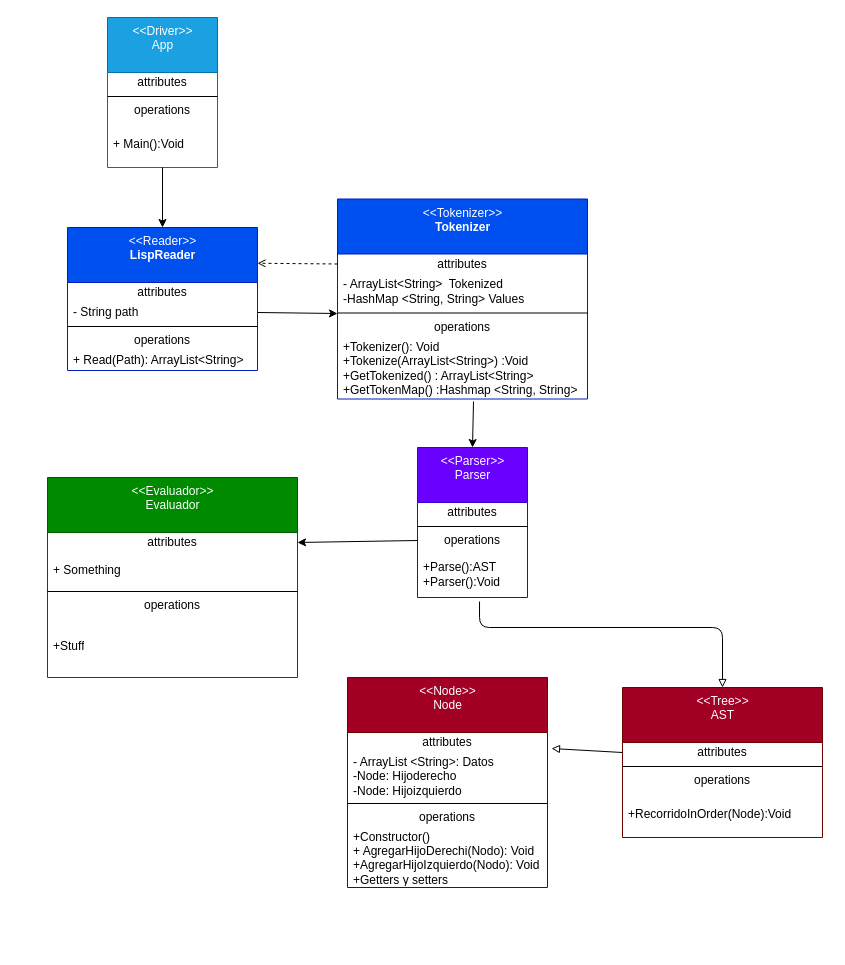
JavierBenitez112/Proyecto-1- keeps this draw.io diagram as LispInterprete/Uml.drawio. Above is the earlier version. Source tidied: cells renumbered, new cells numbered last; positions are measured from the earlier drawing's top-left corner, leaving out a move shared by most shapes. Both pictures are drawn from the tidied source at 100%, with x=0, y=0 at pixel (47, 17).
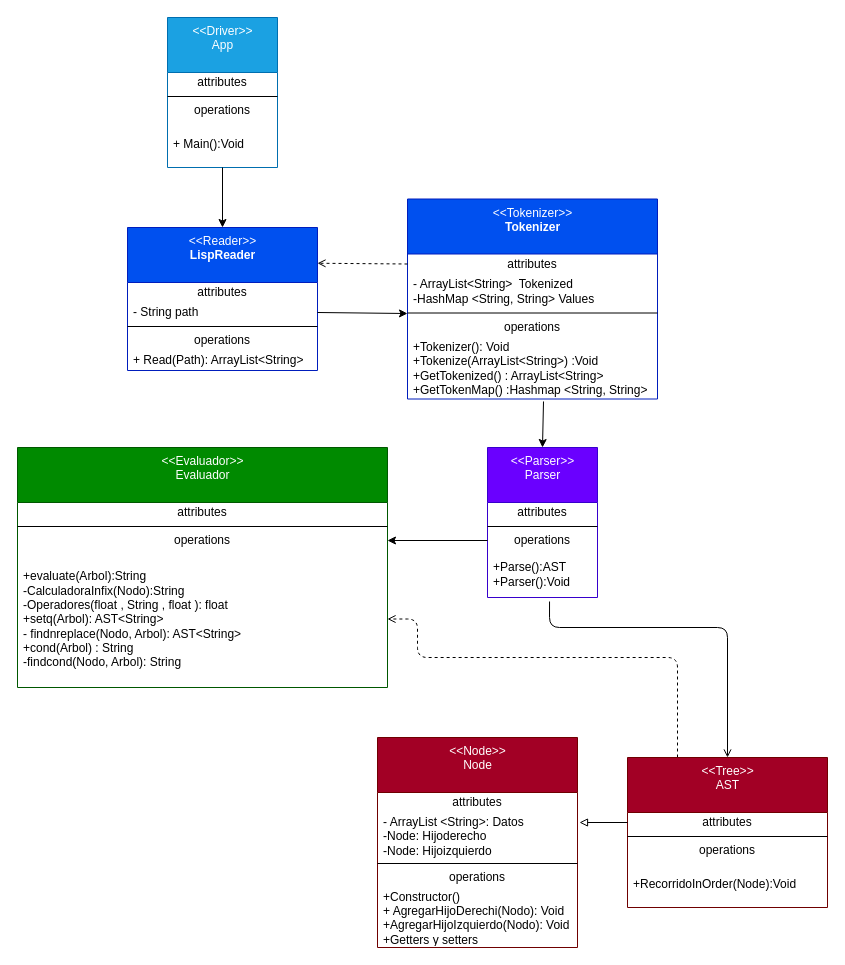
The same diagram, later.

The change refers to these unchanged cells:
```xml
<mxCell id="17" value="operations" style="text;html=1;strokeColor=none;fillColor=none;align=center;verticalAlign=middle;spacingLeft=4;spacingRight=4;overflow=hidden;points=[[0,0.5],[1,0.5]];portConstraint=eastwest;" parent="14" vertex="1">
  <mxGeometry y="83" width="110" height="20" as="geometry" />
</mxCell>
<mxCell id="18" value="+Parse():AST&lt;br&gt;+Parser():Void" style="text;html=1;strokeColor=none;fillColor=none;align=left;verticalAlign=middle;spacingLeft=4;spacingRight=4;overflow=hidden;points=[[0,0.5],[1,0.5]];portConstraint=eastwest;" parent="14" vertex="1">
  <mxGeometry y="103" width="110" height="47" as="geometry" />
</mxCell>
<mxCell id="20" value="attributes" style="text;html=1;strokeColor=none;fillColor=none;align=center;verticalAlign=middle;spacingLeft=4;spacingRight=4;overflow=hidden;points=[[0,0.5],[1,0.5]];portConstraint=eastwest;" parent="19" vertex="1">
  <mxGeometry y="55" width="200" height="20" as="geometry" />
</mxCell>
<mxCell id="26" value="- ArrayList &amp;lt;String&amp;gt;: Datos&lt;br&gt;-Node: Hijoderecho&lt;br&gt;-Node: Hijoizquierdo" style="text;html=1;strokeColor=none;fillColor=none;align=left;verticalAlign=middle;spacingLeft=4;spacingRight=4;overflow=hidden;points=[[0,0.5],[1,0.5]];portConstraint=eastwest;" parent="24" vertex="1">
  <mxGeometry y="75" width="200" height="47" as="geometry" />
</mxCell>
```

Change to the diagram source:
```diff
@@
     <mxCell id="2" value="&amp;lt;&amp;lt;Reader&amp;gt;&amp;gt;&lt;br&gt;&lt;b&gt;LispReader&lt;/b&gt;" style="swimlane;fontStyle=0;align=center;verticalAlign=top;horizontal=1;startSize=55;html=1;fillColor=#0050ef;fontColor=#ffffff;strokeColor=#001DBC;" parent="1" vertex="1">
-      <mxGeometry x="20" y="210" width="190" height="143" as="geometry" />
+      <mxGeometry x="80" y="210" width="190" height="143" as="geometry" />
     </mxCell>
@@
     <mxCell id="8" value="&amp;lt;&amp;lt;Tokenizer&amp;gt;&amp;gt;&lt;br&gt;&lt;b&gt;Tokenizer&lt;/b&gt;" style="swimlane;fontStyle=0;align=center;verticalAlign=top;horizontal=1;startSize=55;html=1;fillColor=#0050ef;fontColor=#ffffff;strokeColor=#001DBC;" parent="1" vertex="1">
-      <mxGeometry x="290" y="181.5" width="250" height="200" as="geometry" />
+      <mxGeometry x="360" y="181.5" width="250" height="200" as="geometry" />
     </mxCell>
@@
     <mxCell id="14" value="&amp;lt;&amp;lt;Parser&amp;gt;&amp;gt;&lt;br&gt;Parser" style="swimlane;fontStyle=0;align=center;verticalAlign=top;horizontal=1;startSize=55;html=1;fillColor=#6a00ff;fontColor=#ffffff;strokeColor=#3700CC;" parent="1" vertex="1">
-      <mxGeometry x="370" y="430" width="110" height="150" as="geometry" />
+      <mxGeometry x="440" y="430" width="110" height="150" as="geometry" />
     </mxCell>
@@
+    <mxCell id="48" style="edgeStyle=orthogonalEdgeStyle;html=1;exitX=0.25;exitY=0;exitDx=0;exitDy=0;entryX=1;entryY=0.5;entryDx=0;entryDy=0;endArrow=open;endFill=0;dashed=1;" parent="1" edge="1" source="19" target="35">
+      <mxGeometry relative="1" as="geometry">
+        <Array as="points">
+          <mxPoint x="630" y="640" />
+          <mxPoint x="370" y="640" />
+          <mxPoint x="370" y="602" />
+        </Array>
+      </mxGeometry>
+    </mxCell>
     <mxCell id="19" value="&amp;lt;&amp;lt;Tree&amp;gt;&amp;gt;&lt;br&gt;AST" style="swimlane;fontStyle=0;align=center;verticalAlign=top;horizontal=1;startSize=55;html=1;fillColor=#a20025;fontColor=#ffffff;strokeColor=#6F0000;" parent="1" vertex="1">
-      <mxGeometry x="575" y="670" width="200" height="150" as="geometry" />
+      <mxGeometry x="580" y="740" width="200" height="150" as="geometry" />
     </mxCell>
@@
     <mxCell id="24" value="&amp;lt;&amp;lt;Node&amp;gt;&amp;gt;&lt;br&gt;Node" style="swimlane;fontStyle=0;align=center;verticalAlign=top;horizontal=1;startSize=55;html=1;fillColor=#a20025;fontColor=#ffffff;strokeColor=#6F0000;" parent="1" vertex="1">
-      <mxGeometry x="300" y="660" width="200" height="210" as="geometry" />
+      <mxGeometry x="330" y="720" width="200" height="210" as="geometry" />
     </mxCell>
@@
     <mxCell id="30" value="&amp;lt;&amp;lt;Evaluador&amp;gt;&amp;gt;&lt;br&gt;Evaluador" style="swimlane;fontStyle=0;align=center;verticalAlign=top;horizontal=1;startSize=55;html=1;fillColor=#008a00;fontColor=#ffffff;strokeColor=#005700;" parent="1" vertex="1">
-      <mxGeometry y="460" width="250" height="200" as="geometry" />
+      <mxGeometry x="-30" y="430" width="370" height="240" as="geometry" />
     </mxCell>
     <mxCell id="31" value="attributes" style="text;html=1;strokeColor=none;fillColor=none;align=center;verticalAlign=middle;spacingLeft=4;spacingRight=4;overflow=hidden;points=[[0,0.5],[1,0.5]];portConstraint=eastwest;" parent="30" vertex="1">
-      <mxGeometry y="55" width="250" height="20" as="geometry" />
+      <mxGeometry y="55" width="370" height="20" as="geometry" />
     </mxCell>
-    <mxCell id="32" value="+ Something" style="text;html=1;strokeColor=none;fillColor=none;align=left;verticalAlign=middle;spacingLeft=4;spacingRight=4;overflow=hidden;" parent="30" vertex="1">
-      <mxGeometry y="75" width="250" height="35" as="geometry" />
-    </mxCell>
     <mxCell id="33" style="line;strokeWidth=1;fillColor=none;align=left;verticalAlign=middle;spacingTop=-1;spacingLeft=3;spacingRight=3;labelPosition=right;" parent="30" vertex="1">
-      <mxGeometry y="110" width="250" height="8" as="geometry" />
+      <mxGeometry y="75" width="370" height="8" as="geometry" />
     </mxCell>
     <mxCell id="34" value="operations" style="text;html=1;strokeColor=none;fillColor=none;align=center;verticalAlign=middle;spacingLeft=4;spacingRight=4;overflow=hidden;points=[[0,0.5],[1,0.5]];portConstraint=eastwest;" parent="30" vertex="1">
-      <mxGeometry y="118" width="250" height="20" as="geometry" />
+      <mxGeometry y="83" width="370" height="20" as="geometry" />
     </mxCell>
-    <mxCell id="35" value="+Stuff" style="text;html=1;strokeColor=none;fillColor=none;align=left;verticalAlign=middle;spacingLeft=4;spacingRight=4;overflow=hidden;points=[[0,0.5],[1,0.5]];portConstraint=eastwest;" parent="30" vertex="1">
-      <mxGeometry y="138" width="250" height="62" as="geometry" />
+    <mxCell id="35" value="+evaluate(Arbol):String&lt;br&gt;-CalculadoraInfix(Nodo):String&lt;br&gt;-Operadores(float , String , float ): float&lt;br&gt;+setq(Arbol): AST&amp;lt;String&amp;gt;&lt;br&gt;-&amp;nbsp;findnreplace(Nodo, Arbol): AST&amp;lt;String&amp;gt;&lt;br&gt;+cond(Arbol) : String&lt;br&gt;-findcond(Nodo, Arbol): String" style="text;html=1;strokeColor=none;fillColor=none;align=left;verticalAlign=middle;spacingLeft=4;spacingRight=4;overflow=hidden;points=[[0,0.5],[1,0.5]];portConstraint=eastwest;" parent="30" vertex="1">
+      <mxGeometry y="103" width="370" height="137" as="geometry" />
     </mxCell>
     <mxCell id="36" value="&amp;lt;&amp;lt;Driver&amp;gt;&amp;gt;&lt;br&gt;App" style="swimlane;fontStyle=0;align=center;verticalAlign=top;horizontal=1;startSize=55;html=1;fillColor=#1ba1e2;fontColor=#ffffff;strokeColor=#006EAF;" parent="1" vertex="1">
-      <mxGeometry x="60" width="110" height="150" as="geometry" />
+      <mxGeometry x="120" width="110" height="150" as="geometry" />
     </mxCell>
@@
-    <mxCell id="45" style="edgeStyle=none;html=1;exitX=0;exitY=0.5;exitDx=0;exitDy=0;entryX=1.02;entryY=-0.085;entryDx=0;entryDy=0;entryPerimeter=0;endArrow=block;endFill=0;" parent="1" edge="1" source="20" target="26">
+    <mxCell id="45" style="edgeStyle=none;html=1;exitX=0;exitY=0.5;exitDx=0;exitDy=0;endArrow=block;endFill=0;entryX=1.01;entryY=0.213;entryDx=0;entryDy=0;entryPerimeter=0;" parent="1" edge="1" source="20" target="26">
       <mxGeometry relative="1" as="geometry" />
     </mxCell>
-    <mxCell id="46" style="edgeStyle=orthogonalEdgeStyle;html=1;exitX=0.564;exitY=1.085;exitDx=0;exitDy=0;entryX=0.5;entryY=0;entryDx=0;entryDy=0;endArrow=block;endFill=0;exitPerimeter=0;" parent="1" edge="1" source="18" target="19">
+    <mxCell id="46" style="edgeStyle=orthogonalEdgeStyle;html=1;exitX=0.564;exitY=1.085;exitDx=0;exitDy=0;entryX=0.5;entryY=0;entryDx=0;entryDy=0;endArrow=open;endFill=0;exitPerimeter=0;" parent="1" edge="1" source="18" target="19">
       <mxGeometry relative="1" as="geometry">
         <Array as="points">
-          <mxPoint x="432" y="610" />
-          <mxPoint x="675" y="610" />
+          <mxPoint x="502" y="610" />
+          <mxPoint x="680" y="610" />
         </Array>
       </mxGeometry>
     </mxCell>
-    <mxCell id="47" style="html=1;exitX=0;exitY=0.5;exitDx=0;exitDy=0;entryX=1;entryY=0.5;entryDx=0;entryDy=0;endArrow=classic;endFill=1;" parent="1" edge="1" source="17" target="31">
+    <mxCell id="47" style="html=1;exitX=0;exitY=0.5;exitDx=0;exitDy=0;entryX=1;entryY=0.5;entryDx=0;entryDy=0;endArrow=classic;endFill=1;" parent="1" edge="1" source="17" target="34">
       <mxGeometry relative="1" as="geometry" />
     </mxCell>
```
